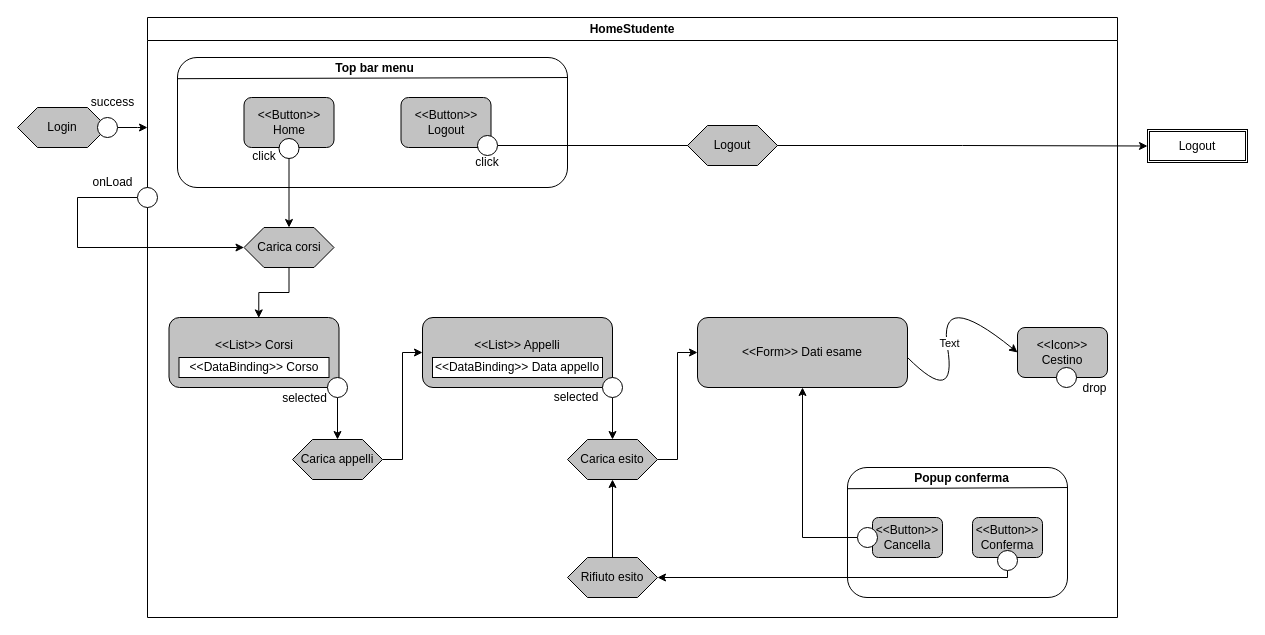
Above: page "HomeStudente" (3 of 3) of Diagramma IFML javascript.drawio in StefanoBernardotto/TIW-polimi_24-25 (draw.io), before the change. Source tidied: cells renumbered, new cells numbered last; positions are measured from the earlier drawing's top-left corner, leaving out a move shared by most shapes. Both pictures are drawn from the tidied source at 100%, with x=0, y=0 at pixel (17, 17).
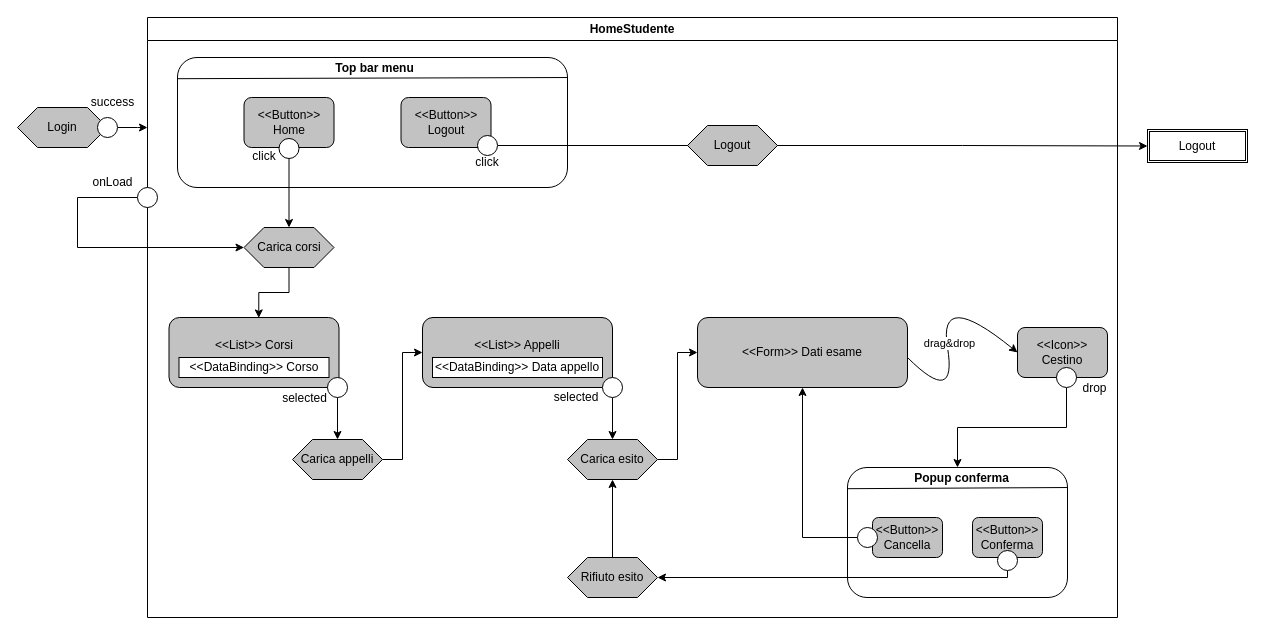
After the change.

The change refers to these unchanged cells:
```xml
<mxCell id="6" value="HomeStudente" style="swimlane;whiteSpace=wrap;html=1;startSize=23;" parent="1" vertex="1">
  <mxGeometry x="130" width="970" height="600" as="geometry" />
</mxCell>
<mxCell id="38" style="ellipse;whiteSpace=wrap;html=1;shadow=0;" parent="6" vertex="1">
  <mxGeometry x="909" y="350" width="20" height="20" as="geometry" />
</mxCell>
<mxCell id="42" style="curved=1;endArrow=classic;html=1;rounded=0;entryX=0;entryY=0.5;entryDx=0;entryDy=0;" parent="6" edge="1" target="37">
  <mxGeometry relative="1" as="geometry">
    <mxPoint x="760" y="340" as="sourcePoint" />
    <Array as="points">
      <mxPoint x="810" y="390" />
      <mxPoint x="790" y="270" />
    </Array>
  </mxGeometry>
</mxCell>
<mxCell id="44" style="rounded=1;whiteSpace=wrap;html=1;shadow=0;" parent="6" vertex="1">
  <mxGeometry x="700" y="450" width="220" height="130" as="geometry" />
</mxCell>
```

Change to the diagram source:
```diff
@@
+    <mxCell id="57" style="edgeStyle=orthogonalEdgeStyle;rounded=0;jettySize=auto;html=1;" parent="6" edge="1" source="38" target="44">
+      <mxGeometry relative="1" as="geometry" />
+    </mxCell>
@@
-    <mxCell id="43" value="Text" style="edgeLabel;html=1;align=center;verticalAlign=middle;" parent="42" vertex="1">
+    <mxCell id="43" value="drag&amp;amp;drop" style="edgeLabel;html=1;align=center;verticalAlign=middle;" parent="42" vertex="1">
       <mxGeometry x="-0.08" y="-2" relative="1" as="geometry" />
     </mxCell>
```
